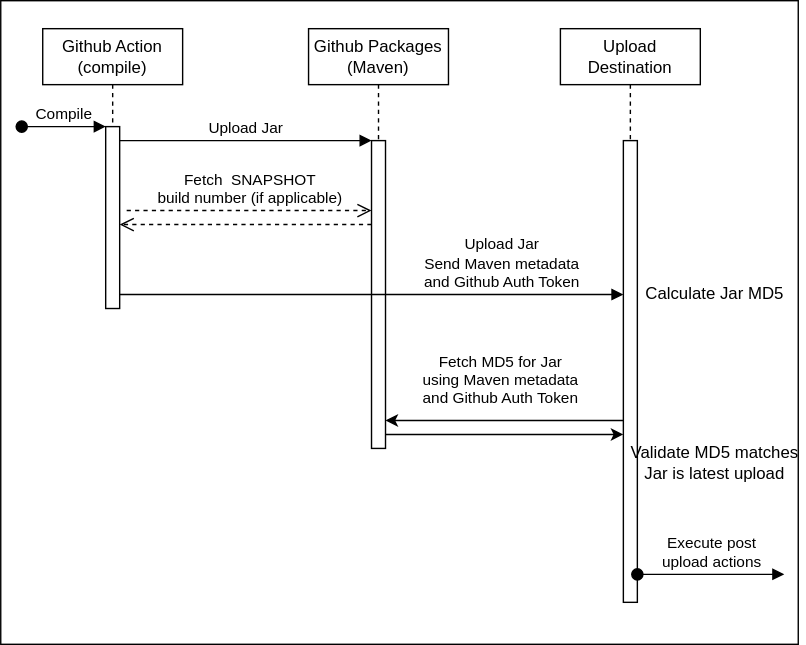
This is requests.drawio.svg from stevenrskelton/build-action-file-receiver, a draw.io export, as it was before one commit. Source tidied: cells renumbered, new cells last; positions are measured from the earlier drawing's top-left corner, leaving out a move shared by most shapes.
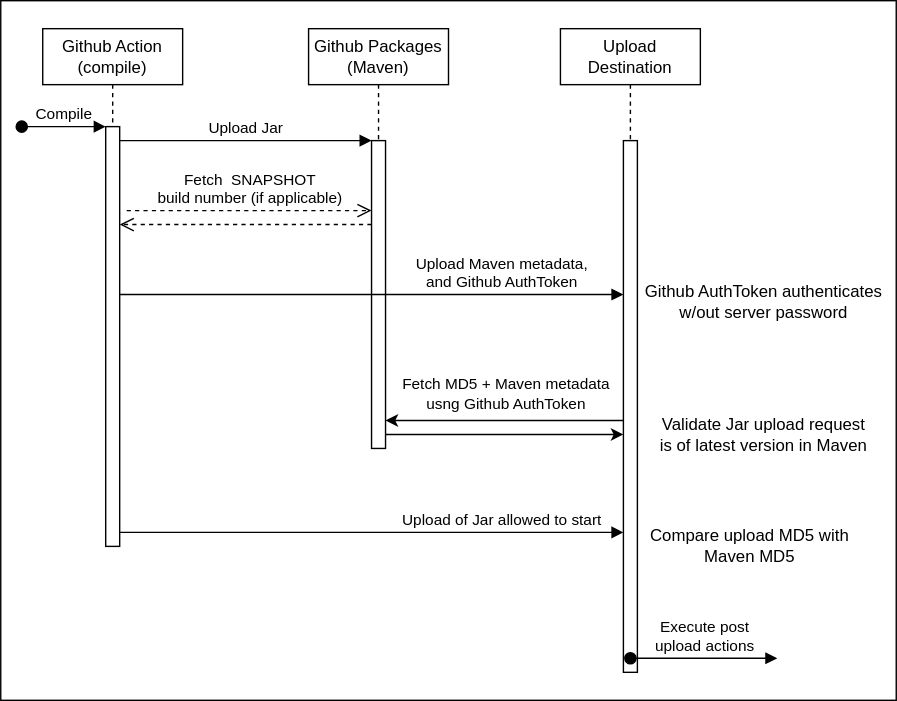
The same file after the commit.

Diff of the diagram source:
```diff
@@ -3,13 +3,13 @@
     <mxCell id="0" />
     <mxCell id="1" parent="0" />
     <mxCell id="2" style="rounded=0;whiteSpace=wrap;html=1;" parent="1" vertex="1">
-      <mxGeometry width="570" height="460" as="geometry" />
+      <mxGeometry width="640" height="500" as="geometry" />
     </mxCell>
     <mxCell id="3" value="Github Action&lt;br&gt;(compile)" style="shape=umlLifeline;perimeter=lifelinePerimeter;whiteSpace=wrap;html=1;newEdgeStyle={&quot;edgeStyle&quot;:&quot;elbowEdgeStyle&quot;,&quot;elbow&quot;:&quot;vertical&quot;,&quot;curved&quot;:0,&quot;rounded&quot;:0};" parent="1" vertex="1">
-      <mxGeometry x="30" y="20" width="100" height="200" as="geometry" />
+      <mxGeometry x="30" y="20" width="100" height="370" as="geometry" />
     </mxCell>
     <mxCell id="4" style="html=1;points=[];perimeter=orthogonalPerimeter;outlineConnect=0;targetShapes=umlLifeline;portConstraint=eastwest;newEdgeStyle={&quot;edgeStyle&quot;:&quot;elbowEdgeStyle&quot;,&quot;elbow&quot;:&quot;vertical&quot;,&quot;curved&quot;:0,&quot;rounded&quot;:0};" parent="3" vertex="1">
-      <mxGeometry x="45" y="70" width="10" height="130" as="geometry" />
+      <mxGeometry x="45" y="70" width="10" height="300" as="geometry" />
     </mxCell>
     <mxCell id="5" value="Compile" style="html=1;verticalAlign=bottom;startArrow=oval;endArrow=block;startSize=8;edgeStyle=elbowEdgeStyle;elbow=vertical;curved=0;rounded=0;" parent="3" edge="1" target="4">
       <mxGeometry relative="1" as="geometry">
@@ -50,12 +50,12 @@
       </mxGeometry>
     </mxCell>
     <mxCell id="11" value="Upload Destination" style="shape=umlLifeline;perimeter=lifelinePerimeter;whiteSpace=wrap;html=1;newEdgeStyle={&quot;edgeStyle&quot;:&quot;elbowEdgeStyle&quot;,&quot;elbow&quot;:&quot;vertical&quot;,&quot;curved&quot;:0,&quot;rounded&quot;:0};" parent="1" vertex="1">
-      <mxGeometry x="400" y="20" width="100" height="410" as="geometry" />
+      <mxGeometry x="400" y="20" width="100" height="460" as="geometry" />
     </mxCell>
     <mxCell id="12" style="html=1;points=[];perimeter=orthogonalPerimeter;outlineConnect=0;targetShapes=umlLifeline;portConstraint=eastwest;newEdgeStyle={&quot;edgeStyle&quot;:&quot;elbowEdgeStyle&quot;,&quot;elbow&quot;:&quot;vertical&quot;,&quot;curved&quot;:0,&quot;rounded&quot;:0};" parent="11" vertex="1">
-      <mxGeometry x="45" y="80" width="10" height="330" as="geometry" />
+      <mxGeometry x="45" y="80" width="10" height="380" as="geometry" />
     </mxCell>
-    <mxCell id="13" value="Upload Jar&lt;br&gt;Send Maven metadata&lt;br&gt;and Github Auth Token" style="html=1;verticalAlign=bottom;endArrow=block;edgeStyle=elbowEdgeStyle;elbow=vertical;curved=0;rounded=0;" parent="1" edge="1" source="4" target="12">
+    <mxCell id="13" value="Upload Maven metadata,&lt;br&gt;&lt;div&gt;and Github AuthToken&lt;br&gt;&lt;/div&gt;" style="html=1;verticalAlign=bottom;endArrow=block;edgeStyle=elbowEdgeStyle;elbow=vertical;curved=0;rounded=0;" parent="1" edge="1" source="4" target="12">
       <mxGeometry x="0.51" relative="1" as="geometry">
         <Array as="points">
           <mxPoint x="175" y="210" />
@@ -71,13 +71,13 @@
         </Array>
       </mxGeometry>
     </mxCell>
-    <mxCell id="15" value="Fetch MD5 for Jar&lt;br&gt;using Maven metadata&lt;br&gt;and Github Auth Token" style="edgeLabel;html=1;align=center;verticalAlign=middle;" parent="14" vertex="1">
+    <mxCell id="15" value="Fetch MD5 + Maven metadata&lt;br&gt;usng Github AuthToken" style="edgeLabel;html=1;align=center;verticalAlign=middle;" parent="14" vertex="1">
       <mxGeometry x="-0.08" y="-1" relative="1" as="geometry">
-        <mxPoint x="-11" y="-29" as="offset" />
+        <mxPoint x="-7" y="-19" as="offset" />
       </mxGeometry>
     </mxCell>
-    <mxCell id="16" value="Calculate Jar MD5" style="text;html=1;align=center;verticalAlign=middle;strokeColor=none;fillColor=none;" parent="1" vertex="1">
-      <mxGeometry x="455" y="195" width="110" height="30" as="geometry" />
+    <mxCell id="16" value="Github AuthToken authenticates&lt;br&gt;w/out server password" style="text;html=1;align=center;verticalAlign=middle;strokeColor=none;fillColor=none;" parent="1" vertex="1">
+      <mxGeometry x="450" y="195" width="190" height="40" as="geometry" />
     </mxCell>
     <mxCell id="17" style="endArrow=classic;html=1;rounded=0;" parent="1" edge="1" source="7" target="12">
       <mxGeometry relative="1" as="geometry">
@@ -86,14 +86,27 @@
         </Array>
       </mxGeometry>
     </mxCell>
-    <mxCell id="18" value="Validate MD5 matches&lt;br&gt; Jar is latest upload" style="text;html=1;align=center;verticalAlign=middle;strokeColor=none;fillColor=none;" parent="1" vertex="1">
-      <mxGeometry x="445" y="310" width="130" height="40" as="geometry" />
+    <mxCell id="18" value="Validate Jar upload request&lt;br&gt;is of latest version in Maven" style="text;html=1;align=center;verticalAlign=middle;strokeColor=none;fillColor=none;" parent="1" vertex="1">
+      <mxGeometry x="460" y="290" width="170" height="40" as="geometry" />
     </mxCell>
     <mxCell id="19" value="Execute post&lt;br&gt;upload actions" style="html=1;verticalAlign=bottom;startArrow=oval;endArrow=block;startSize=8;edgeStyle=elbowEdgeStyle;elbow=vertical;curved=0;rounded=0;" parent="1" edge="1">
       <mxGeometry relative="1" as="geometry">
-        <mxPoint x="455" y="410" as="sourcePoint" />
-        <mxPoint x="560" y="410" as="targetPoint" />
+        <mxPoint x="450" y="470" as="sourcePoint" />
+        <mxPoint x="555" y="470" as="targetPoint" />
       </mxGeometry>
     </mxCell>
+    <mxCell id="20" value="Upload of Jar allowed to start" style="html=1;verticalAlign=bottom;endArrow=block;edgeStyle=elbowEdgeStyle;elbow=vertical;curved=0;rounded=0;" parent="1" edge="1" source="4" target="12">
+      <mxGeometry x="0.51" relative="1" as="geometry">
+        <Array as="points">
+          <mxPoint x="230" y="380" />
+          <mxPoint x="180" y="360" />
+          <mxPoint x="280" y="350" />
+          <mxPoint x="180" y="360" />
+        </Array>
+      </mxGeometry>
+    </mxCell>
+    <mxCell id="21" value="Compare upload MD5 with&lt;br&gt;Maven MD5" style="text;html=1;align=center;verticalAlign=middle;strokeColor=none;fillColor=none;" parent="1" vertex="1">
+      <mxGeometry x="450" y="370" width="170" height="40" as="geometry" />
+    </mxCell>
   </root>
 </mxGraphModel>
```
